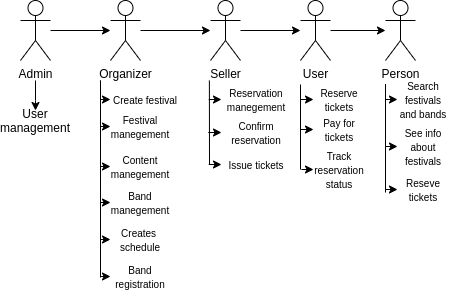
Earlier version of the draw.io export gallery-is-UC.png (x00Pavel/festival-IS). Source tidied: cells renumbered, new cells last; positions are measured from the earlier drawing's top-left corner, leaving out a move shared by most shapes. Its diagram source:
```xml
<mxGraphModel>
  <root>
    <mxCell id="0" />
    <mxCell id="1" parent="0" />
    <mxCell id="2" style="edgeStyle=orthogonalEdgeStyle;rounded=0;jettySize=auto;html=1;" parent="1" edge="1" source="4" target="10">
      <mxGeometry relative="1" as="geometry" />
    </mxCell>
    <mxCell id="3" style="edgeStyle=orthogonalEdgeStyle;rounded=0;jettySize=auto;html=1;" parent="1" edge="1" target="13">
      <mxGeometry relative="1" as="geometry">
        <mxPoint x="20" y="80" as="sourcePoint" />
        <Array as="points">
          <mxPoint x="20" y="100" />
          <mxPoint x="20" y="100" />
        </Array>
      </mxGeometry>
    </mxCell>
    <mxCell id="4" value="Admin" style="shape=umlActor;verticalLabelPosition=bottom;verticalAlign=top;html=1;outlineConnect=0;labelBorderColor=none;" parent="1" vertex="1">
      <mxGeometry x="5" width="30" height="60" as="geometry" />
    </mxCell>
    <mxCell id="5" value="Person" style="shape=umlActor;verticalLabelPosition=bottom;verticalAlign=top;html=1;outlineConnect=0;" parent="1" vertex="1">
      <mxGeometry x="370" width="30" height="60" as="geometry" />
    </mxCell>
    <mxCell id="6" style="edgeStyle=orthogonalEdgeStyle;rounded=0;jettySize=auto;html=1;" parent="1" edge="1" source="7" target="5">
      <mxGeometry relative="1" as="geometry" />
    </mxCell>
    <mxCell id="7" value="User" style="shape=umlActor;verticalLabelPosition=bottom;verticalAlign=top;html=1;outlineConnect=0;" parent="1" vertex="1">
      <mxGeometry x="285" width="30" height="60" as="geometry" />
    </mxCell>
    <mxCell id="8" style="edgeStyle=orthogonalEdgeStyle;rounded=0;jettySize=auto;html=1;" parent="1" edge="1" source="10" target="12">
      <mxGeometry relative="1" as="geometry" />
    </mxCell>
    <mxCell id="9" style="edgeStyle=orthogonalEdgeStyle;rounded=0;jettySize=auto;html=1;entryX=0;entryY=0.5;entryDx=0;entryDy=0;" parent="1" edge="1" target="14">
      <mxGeometry relative="1" as="geometry">
        <mxPoint x="85" y="80" as="sourcePoint" />
        <Array as="points">
          <mxPoint x="85" y="126" />
        </Array>
      </mxGeometry>
    </mxCell>
    <mxCell id="10" value="Organizer" style="shape=umlActor;verticalLabelPosition=bottom;verticalAlign=top;html=1;outlineConnect=0;" parent="1" vertex="1">
      <mxGeometry x="95" width="30" height="60" as="geometry" />
    </mxCell>
    <mxCell id="11" style="edgeStyle=orthogonalEdgeStyle;rounded=0;jettySize=auto;html=1;" parent="1" edge="1" source="12" target="7">
      <mxGeometry relative="1" as="geometry" />
    </mxCell>
    <mxCell id="12" value="Seller" style="shape=umlActor;verticalLabelPosition=bottom;verticalAlign=top;html=1;outlineConnect=0;" parent="1" vertex="1">
      <mxGeometry x="195" width="30" height="60" as="geometry" />
    </mxCell>
    <mxCell id="13" value="User management" style="text;html=1;strokeColor=none;fillColor=none;align=center;verticalAlign=middle;whiteSpace=wrap;rounded=0;" parent="1" vertex="1">
      <mxGeometry y="110" width="40" height="20" as="geometry" />
    </mxCell>
    <mxCell id="14" value="&lt;font style=&quot;font-size: 10px&quot;&gt;Festival manegement&lt;/font&gt;" style="text;html=1;strokeColor=none;fillColor=none;align=center;verticalAlign=middle;whiteSpace=wrap;rounded=0;" parent="1" vertex="1">
      <mxGeometry x="95" y="116" width="60" height="20" as="geometry" />
    </mxCell>
    <mxCell id="15" style="endArrow=none;html=1;" parent="1" edge="1">
      <mxGeometry relative="1" as="geometry">
        <mxPoint x="85" y="277" as="sourcePoint" />
        <mxPoint x="85" y="80" as="targetPoint" />
      </mxGeometry>
    </mxCell>
    <mxCell id="16" style="edgeStyle=orthogonalEdgeStyle;rounded=0;jettySize=auto;html=1;exitX=0;exitY=0.5;exitDx=0;exitDy=0;endArrow=none;startArrow=classic;startFill=1;endFill=0;" parent="1" edge="1" source="17">
      <mxGeometry relative="1" as="geometry">
        <mxPoint x="85" y="90" as="targetPoint" />
        <Array as="points">
          <mxPoint x="85" y="99" />
        </Array>
      </mxGeometry>
    </mxCell>
    <mxCell id="17" value="&lt;span style=&quot;font-size: 10px&quot;&gt;Create festival&lt;/span&gt;" style="text;html=1;strokeColor=none;fillColor=none;align=center;verticalAlign=middle;whiteSpace=wrap;rounded=0;" parent="1" vertex="1">
      <mxGeometry x="95" y="89" width="70" height="20" as="geometry" />
    </mxCell>
    <mxCell id="18" style="edgeStyle=orthogonalEdgeStyle;rounded=0;jettySize=auto;html=1;exitX=0;exitY=0.5;exitDx=0;exitDy=0;startArrow=classic;startFill=1;endArrow=none;endFill=0;" parent="1" edge="1" source="19">
      <mxGeometry relative="1" as="geometry">
        <mxPoint x="85" y="155" as="targetPoint" />
      </mxGeometry>
    </mxCell>
    <mxCell id="19" value="&lt;font style=&quot;font-size: 10px&quot;&gt;Content manegement&lt;/font&gt;" style="text;html=1;strokeColor=none;fillColor=none;align=center;verticalAlign=middle;whiteSpace=wrap;rounded=0;" parent="1" vertex="1">
      <mxGeometry x="95" y="156" width="60" height="20" as="geometry" />
    </mxCell>
    <mxCell id="20" style="edgeStyle=orthogonalEdgeStyle;rounded=0;jettySize=auto;html=1;exitX=0;exitY=0.5;exitDx=0;exitDy=0;startArrow=classic;startFill=1;endArrow=none;endFill=0;" parent="1" edge="1" source="21">
      <mxGeometry relative="1" as="geometry">
        <mxPoint x="85" y="190" as="targetPoint" />
      </mxGeometry>
    </mxCell>
    <mxCell id="21" value="&lt;font style=&quot;font-size: 10px&quot;&gt;Band manegement&lt;/font&gt;" style="text;html=1;strokeColor=none;fillColor=none;align=center;verticalAlign=middle;whiteSpace=wrap;rounded=0;" parent="1" vertex="1">
      <mxGeometry x="95" y="192" width="60" height="20" as="geometry" />
    </mxCell>
    <mxCell id="22" style="edgeStyle=orthogonalEdgeStyle;rounded=0;jettySize=auto;html=1;exitX=0;exitY=0.5;exitDx=0;exitDy=0;startArrow=classic;startFill=1;endArrow=none;endFill=0;" parent="1" edge="1" source="23">
      <mxGeometry relative="1" as="geometry">
        <mxPoint x="85" y="230" as="targetPoint" />
      </mxGeometry>
    </mxCell>
    <mxCell id="23" value="&lt;span style=&quot;font-size: 10px&quot;&gt;Creates&amp;nbsp; schedule&lt;/span&gt;" style="text;html=1;strokeColor=none;fillColor=none;align=center;verticalAlign=middle;whiteSpace=wrap;rounded=0;" parent="1" vertex="1">
      <mxGeometry x="95" y="229" width="60" height="20" as="geometry" />
    </mxCell>
    <mxCell id="24" style="edgeStyle=orthogonalEdgeStyle;rounded=0;jettySize=auto;html=1;exitX=0;exitY=0.5;exitDx=0;exitDy=0;startArrow=classic;startFill=1;endArrow=none;endFill=0;" parent="1" edge="1" source="25">
      <mxGeometry relative="1" as="geometry">
        <mxPoint x="85.2" y="276" as="targetPoint" />
      </mxGeometry>
    </mxCell>
    <mxCell id="25" value="&lt;span style=&quot;font-size: 10px&quot;&gt;Band registration&lt;/span&gt;" style="text;html=1;strokeColor=none;fillColor=none;align=center;verticalAlign=middle;whiteSpace=wrap;rounded=0;" parent="1" vertex="1">
      <mxGeometry x="95" y="266" width="60" height="20" as="geometry" />
    </mxCell>
    <mxCell id="26" style="endArrow=none;html=1;" parent="1" edge="1">
      <mxGeometry relative="1" as="geometry">
        <mxPoint x="194" y="164" as="sourcePoint" />
        <mxPoint x="193.9" y="80" as="targetPoint" />
      </mxGeometry>
    </mxCell>
    <mxCell id="27" style="edgeStyle=orthogonalEdgeStyle;rounded=0;jettySize=auto;html=1;exitX=0;exitY=0.5;exitDx=0;exitDy=0;startArrow=classic;startFill=1;endArrow=none;endFill=0;" parent="1" edge="1" source="28">
      <mxGeometry relative="1" as="geometry">
        <mxPoint x="193.3" y="99" as="targetPoint" />
      </mxGeometry>
    </mxCell>
    <mxCell id="28" value="&lt;span style=&quot;font-size: 10px&quot;&gt;Reservation manegement&lt;/span&gt;" style="text;html=1;strokeColor=none;fillColor=none;align=center;verticalAlign=middle;whiteSpace=wrap;rounded=0;" parent="1" vertex="1">
      <mxGeometry x="206" y="89" width="70" height="20" as="geometry" />
    </mxCell>
    <mxCell id="29" style="edgeStyle=orthogonalEdgeStyle;rounded=0;jettySize=auto;html=1;exitX=0;exitY=0.5;exitDx=0;exitDy=0;startArrow=classic;startFill=1;endArrow=none;endFill=0;" parent="1" edge="1" source="30">
      <mxGeometry relative="1" as="geometry">
        <mxPoint x="192.8" y="131.9" as="targetPoint" />
      </mxGeometry>
    </mxCell>
    <mxCell id="30" value="&lt;span style=&quot;font-size: 10px&quot;&gt;Confirm reservation&lt;/span&gt;" style="text;html=1;strokeColor=none;fillColor=none;align=center;verticalAlign=middle;whiteSpace=wrap;rounded=0;" parent="1" vertex="1">
      <mxGeometry x="206" y="122" width="70" height="20" as="geometry" />
    </mxCell>
    <mxCell id="31" style="edgeStyle=orthogonalEdgeStyle;rounded=0;jettySize=auto;html=1;exitX=0;exitY=0.5;exitDx=0;exitDy=0;startArrow=classic;startFill=1;endArrow=none;endFill=0;" parent="1" edge="1" source="32">
      <mxGeometry relative="1" as="geometry">
        <mxPoint x="193.3" y="163.9" as="targetPoint" />
      </mxGeometry>
    </mxCell>
    <mxCell id="32" value="&lt;span style=&quot;font-size: 10px&quot;&gt;Issue tickets&lt;/span&gt;" style="text;html=1;strokeColor=none;fillColor=none;align=center;verticalAlign=middle;whiteSpace=wrap;rounded=0;" parent="1" vertex="1">
      <mxGeometry x="206" y="156" width="70" height="16" as="geometry" />
    </mxCell>
    <mxCell id="33" style="endArrow=none;html=1;" parent="1" edge="1">
      <mxGeometry relative="1" as="geometry">
        <mxPoint x="285" y="169" as="sourcePoint" />
        <mxPoint x="285" y="84" as="targetPoint" />
      </mxGeometry>
    </mxCell>
    <mxCell id="34" style="edgeStyle=orthogonalEdgeStyle;rounded=0;jettySize=auto;html=1;exitX=0;exitY=0.5;exitDx=0;exitDy=0;startArrow=classic;startFill=1;endArrow=none;endFill=0;" parent="1" edge="1" source="35">
      <mxGeometry relative="1" as="geometry">
        <mxPoint x="284.8" y="99.2" as="targetPoint" />
      </mxGeometry>
    </mxCell>
    <mxCell id="35" value="&lt;span style=&quot;font-size: 10px&quot;&gt;Reserve tickets&lt;/span&gt;" style="text;html=1;strokeColor=none;fillColor=none;align=center;verticalAlign=middle;whiteSpace=wrap;rounded=0;" parent="1" vertex="1">
      <mxGeometry x="298" y="89" width="52" height="20" as="geometry" />
    </mxCell>
    <mxCell id="36" style="edgeStyle=orthogonalEdgeStyle;rounded=0;jettySize=auto;html=1;exitX=0;exitY=0.5;exitDx=0;exitDy=0;startArrow=classic;startFill=1;endArrow=none;endFill=0;" parent="1" edge="1" source="37">
      <mxGeometry relative="1" as="geometry">
        <mxPoint x="284.8" y="129.2" as="targetPoint" />
      </mxGeometry>
    </mxCell>
    <mxCell id="37" value="&lt;span style=&quot;font-size: 10px&quot;&gt;Pay for tickets&lt;/span&gt;" style="text;html=1;strokeColor=none;fillColor=none;align=center;verticalAlign=middle;whiteSpace=wrap;rounded=0;" parent="1" vertex="1">
      <mxGeometry x="298" y="119" width="52" height="20" as="geometry" />
    </mxCell>
    <mxCell id="38" style="edgeStyle=orthogonalEdgeStyle;rounded=0;jettySize=auto;html=1;exitX=0;exitY=0.5;exitDx=0;exitDy=0;startArrow=classic;startFill=1;endArrow=none;endFill=0;" parent="1" edge="1" source="39">
      <mxGeometry relative="1" as="geometry">
        <mxPoint x="286" y="169.2" as="targetPoint" />
      </mxGeometry>
    </mxCell>
    <mxCell id="39" value="&lt;span style=&quot;font-size: 10px&quot;&gt;Track reservation status&lt;/span&gt;" style="text;html=1;strokeColor=none;fillColor=none;align=center;verticalAlign=middle;whiteSpace=wrap;rounded=0;" parent="1" vertex="1">
      <mxGeometry x="298" y="159" width="52" height="20" as="geometry" />
    </mxCell>
    <mxCell id="40" style="endArrow=none;html=1;" parent="1" edge="1">
      <mxGeometry relative="1" as="geometry">
        <mxPoint x="370" y="192" as="sourcePoint" />
        <mxPoint x="370" y="83.5" as="targetPoint" />
      </mxGeometry>
    </mxCell>
    <mxCell id="41" style="edgeStyle=orthogonalEdgeStyle;rounded=0;jettySize=auto;html=1;exitX=0;exitY=0.5;exitDx=0;exitDy=0;startArrow=classic;startFill=1;endArrow=none;endFill=0;" parent="1" edge="1" source="42">
      <mxGeometry relative="1" as="geometry">
        <mxPoint x="369.7" y="98.9" as="targetPoint" />
      </mxGeometry>
    </mxCell>
    <mxCell id="42" value="&lt;span style=&quot;font-size: 10px&quot;&gt;Search festivals and bands&lt;/span&gt;" style="text;html=1;strokeColor=none;fillColor=none;align=center;verticalAlign=middle;whiteSpace=wrap;rounded=0;" parent="1" vertex="1">
      <mxGeometry x="382" y="89" width="52" height="20" as="geometry" />
    </mxCell>
    <mxCell id="43" style="edgeStyle=orthogonalEdgeStyle;rounded=0;jettySize=auto;html=1;exitX=0;exitY=0.5;exitDx=0;exitDy=0;startArrow=classic;startFill=1;endArrow=none;endFill=0;" parent="1" edge="1" source="44">
      <mxGeometry relative="1" as="geometry">
        <mxPoint x="370" y="146" as="targetPoint" />
      </mxGeometry>
    </mxCell>
    <mxCell id="44" value="&lt;span style=&quot;font-size: 10px&quot;&gt;See info about festivals&lt;/span&gt;" style="text;html=1;strokeColor=none;fillColor=none;align=center;verticalAlign=middle;whiteSpace=wrap;rounded=0;" parent="1" vertex="1">
      <mxGeometry x="382" y="136" width="52" height="20" as="geometry" />
    </mxCell>
    <mxCell id="45" style="edgeStyle=orthogonalEdgeStyle;rounded=0;jettySize=auto;html=1;exitX=0;exitY=0.5;exitDx=0;exitDy=0;startArrow=classic;startFill=1;endArrow=none;endFill=0;" parent="1" edge="1" source="46">
      <mxGeometry relative="1" as="geometry">
        <mxPoint x="369.7" y="189" as="targetPoint" />
      </mxGeometry>
    </mxCell>
    <mxCell id="46" value="&lt;span style=&quot;font-size: 10px&quot;&gt;Reseve tickets&lt;/span&gt;" style="text;html=1;strokeColor=none;fillColor=none;align=center;verticalAlign=middle;whiteSpace=wrap;rounded=0;" parent="1" vertex="1">
      <mxGeometry x="382" y="179" width="52" height="20" as="geometry" />
    </mxCell>
  </root>
</mxGraphModel>
```
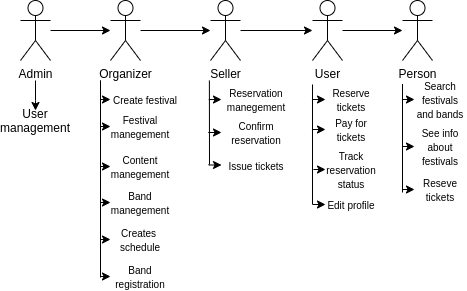
After the change.

Diff of the diagram source:
```diff
@@ -18,13 +18,13 @@
       <mxGeometry x="5" width="30" height="60" as="geometry" />
     </mxCell>
     <mxCell id="5" value="Person" style="shape=umlActor;verticalLabelPosition=bottom;verticalAlign=top;html=1;outlineConnect=0;" parent="1" vertex="1">
-      <mxGeometry x="370" width="30" height="60" as="geometry" />
+      <mxGeometry x="387" width="30" height="60" as="geometry" />
     </mxCell>
     <mxCell id="6" style="edgeStyle=orthogonalEdgeStyle;rounded=0;jettySize=auto;html=1;" parent="1" edge="1" source="7" target="5">
       <mxGeometry relative="1" as="geometry" />
     </mxCell>
     <mxCell id="7" value="User" style="shape=umlActor;verticalLabelPosition=bottom;verticalAlign=top;html=1;outlineConnect=0;" parent="1" vertex="1">
-      <mxGeometry x="285" width="30" height="60" as="geometry" />
+      <mxGeometry x="297" width="30" height="60" as="geometry" />
     </mxCell>
     <mxCell id="8" style="edgeStyle=orthogonalEdgeStyle;rounded=0;jettySize=auto;html=1;" parent="1" edge="1" source="10" target="12">
       <mxGeometry relative="1" as="geometry" />
@@ -129,67 +129,75 @@
       </mxGeometry>
     </mxCell>
     <mxCell id="32" value="&lt;span style=&quot;font-size: 10px&quot;&gt;Issue tickets&lt;/span&gt;" style="text;html=1;strokeColor=none;fillColor=none;align=center;verticalAlign=middle;whiteSpace=wrap;rounded=0;" parent="1" vertex="1">
-      <mxGeometry x="206" y="156" width="70" height="16" as="geometry" />
+      <mxGeometry x="206" y="156" width="70" height="17" as="geometry" />
     </mxCell>
     <mxCell id="33" style="endArrow=none;html=1;" parent="1" edge="1">
       <mxGeometry relative="1" as="geometry">
-        <mxPoint x="285" y="169" as="sourcePoint" />
-        <mxPoint x="285" y="84" as="targetPoint" />
+        <mxPoint x="297" y="204" as="sourcePoint" />
+        <mxPoint x="297" y="84" as="targetPoint" />
       </mxGeometry>
     </mxCell>
     <mxCell id="34" style="edgeStyle=orthogonalEdgeStyle;rounded=0;jettySize=auto;html=1;exitX=0;exitY=0.5;exitDx=0;exitDy=0;startArrow=classic;startFill=1;endArrow=none;endFill=0;" parent="1" edge="1" source="35">
       <mxGeometry relative="1" as="geometry">
-        <mxPoint x="284.8" y="99.2" as="targetPoint" />
+        <mxPoint x="296.8" y="99.2" as="targetPoint" />
       </mxGeometry>
     </mxCell>
     <mxCell id="35" value="&lt;span style=&quot;font-size: 10px&quot;&gt;Reserve tickets&lt;/span&gt;" style="text;html=1;strokeColor=none;fillColor=none;align=center;verticalAlign=middle;whiteSpace=wrap;rounded=0;" parent="1" vertex="1">
-      <mxGeometry x="298" y="89" width="52" height="20" as="geometry" />
+      <mxGeometry x="310" y="89" width="52" height="20" as="geometry" />
     </mxCell>
     <mxCell id="36" style="edgeStyle=orthogonalEdgeStyle;rounded=0;jettySize=auto;html=1;exitX=0;exitY=0.5;exitDx=0;exitDy=0;startArrow=classic;startFill=1;endArrow=none;endFill=0;" parent="1" edge="1" source="37">
       <mxGeometry relative="1" as="geometry">
-        <mxPoint x="284.8" y="129.2" as="targetPoint" />
+        <mxPoint x="296.8" y="129.2" as="targetPoint" />
       </mxGeometry>
     </mxCell>
     <mxCell id="37" value="&lt;span style=&quot;font-size: 10px&quot;&gt;Pay for tickets&lt;/span&gt;" style="text;html=1;strokeColor=none;fillColor=none;align=center;verticalAlign=middle;whiteSpace=wrap;rounded=0;" parent="1" vertex="1">
-      <mxGeometry x="298" y="119" width="52" height="20" as="geometry" />
+      <mxGeometry x="310" y="119" width="52" height="20" as="geometry" />
     </mxCell>
     <mxCell id="38" style="edgeStyle=orthogonalEdgeStyle;rounded=0;jettySize=auto;html=1;exitX=0;exitY=0.5;exitDx=0;exitDy=0;startArrow=classic;startFill=1;endArrow=none;endFill=0;" parent="1" edge="1" source="39">
       <mxGeometry relative="1" as="geometry">
-        <mxPoint x="286" y="169.2" as="targetPoint" />
+        <mxPoint x="298" y="169.2" as="targetPoint" />
       </mxGeometry>
     </mxCell>
     <mxCell id="39" value="&lt;span style=&quot;font-size: 10px&quot;&gt;Track reservation status&lt;/span&gt;" style="text;html=1;strokeColor=none;fillColor=none;align=center;verticalAlign=middle;whiteSpace=wrap;rounded=0;" parent="1" vertex="1">
-      <mxGeometry x="298" y="159" width="52" height="20" as="geometry" />
+      <mxGeometry x="310" y="159" width="52" height="20" as="geometry" />
     </mxCell>
     <mxCell id="40" style="endArrow=none;html=1;" parent="1" edge="1">
       <mxGeometry relative="1" as="geometry">
-        <mxPoint x="370" y="192" as="sourcePoint" />
-        <mxPoint x="370" y="83.5" as="targetPoint" />
+        <mxPoint x="387" y="192" as="sourcePoint" />
+        <mxPoint x="387" y="83.5" as="targetPoint" />
       </mxGeometry>
     </mxCell>
     <mxCell id="41" style="edgeStyle=orthogonalEdgeStyle;rounded=0;jettySize=auto;html=1;exitX=0;exitY=0.5;exitDx=0;exitDy=0;startArrow=classic;startFill=1;endArrow=none;endFill=0;" parent="1" edge="1" source="42">
       <mxGeometry relative="1" as="geometry">
-        <mxPoint x="369.7" y="98.9" as="targetPoint" />
+        <mxPoint x="386.7" y="98.9" as="targetPoint" />
       </mxGeometry>
     </mxCell>
     <mxCell id="42" value="&lt;span style=&quot;font-size: 10px&quot;&gt;Search festivals and bands&lt;/span&gt;" style="text;html=1;strokeColor=none;fillColor=none;align=center;verticalAlign=middle;whiteSpace=wrap;rounded=0;" parent="1" vertex="1">
-      <mxGeometry x="382" y="89" width="52" height="20" as="geometry" />
+      <mxGeometry x="399" y="89" width="52" height="20" as="geometry" />
     </mxCell>
     <mxCell id="43" style="edgeStyle=orthogonalEdgeStyle;rounded=0;jettySize=auto;html=1;exitX=0;exitY=0.5;exitDx=0;exitDy=0;startArrow=classic;startFill=1;endArrow=none;endFill=0;" parent="1" edge="1" source="44">
       <mxGeometry relative="1" as="geometry">
-        <mxPoint x="370" y="146" as="targetPoint" />
+        <mxPoint x="387" y="146" as="targetPoint" />
       </mxGeometry>
     </mxCell>
     <mxCell id="44" value="&lt;span style=&quot;font-size: 10px&quot;&gt;See info about festivals&lt;/span&gt;" style="text;html=1;strokeColor=none;fillColor=none;align=center;verticalAlign=middle;whiteSpace=wrap;rounded=0;" parent="1" vertex="1">
-      <mxGeometry x="382" y="136" width="52" height="20" as="geometry" />
+      <mxGeometry x="399" y="136" width="52" height="20" as="geometry" />
     </mxCell>
     <mxCell id="45" style="edgeStyle=orthogonalEdgeStyle;rounded=0;jettySize=auto;html=1;exitX=0;exitY=0.5;exitDx=0;exitDy=0;startArrow=classic;startFill=1;endArrow=none;endFill=0;" parent="1" edge="1" source="46">
       <mxGeometry relative="1" as="geometry">
-        <mxPoint x="369.7" y="189" as="targetPoint" />
+        <mxPoint x="386.7" y="189" as="targetPoint" />
       </mxGeometry>
     </mxCell>
     <mxCell id="46" value="&lt;span style=&quot;font-size: 10px&quot;&gt;Reseve tickets&lt;/span&gt;" style="text;html=1;strokeColor=none;fillColor=none;align=center;verticalAlign=middle;whiteSpace=wrap;rounded=0;" parent="1" vertex="1">
-      <mxGeometry x="382" y="179" width="52" height="20" as="geometry" />
+      <mxGeometry x="399" y="179" width="52" height="20" as="geometry" />
     </mxCell>
+    <mxCell id="47" style="edgeStyle=orthogonalEdgeStyle;rounded=0;jettySize=auto;html=1;exitX=0;exitY=0.5;exitDx=0;exitDy=0;startArrow=classic;startFill=1;endArrow=none;endFill=0;" parent="1" edge="1" source="48">
+      <mxGeometry relative="1" as="geometry">
+        <mxPoint x="297.2" y="203.9" as="targetPoint" />
+      </mxGeometry>
+    </mxCell>
+    <mxCell id="48" value="&lt;span style=&quot;font-size: 10px&quot;&gt;Edit profile&lt;/span&gt;" style="text;html=1;strokeColor=none;fillColor=none;align=center;verticalAlign=middle;whiteSpace=wrap;rounded=0;" parent="1" vertex="1">
+      <mxGeometry x="310" y="199" width="52" height="10" as="geometry" />
+    </mxCell>
   </root>
 </mxGraphModel>
```
